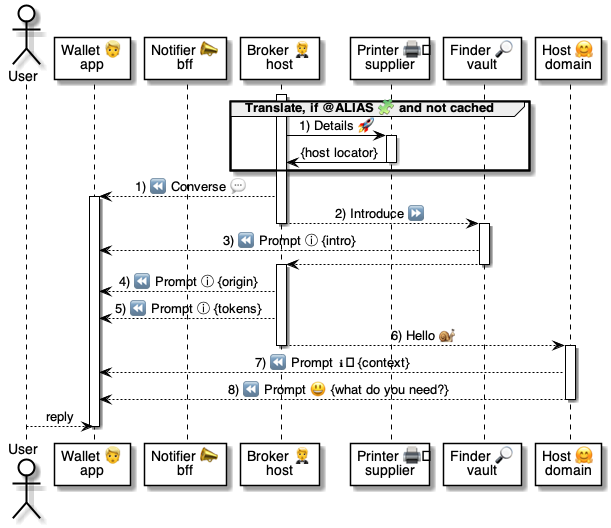
Earlier version of the PlantUML export 5 ⏩ Flows/10 🤵⏩ Brokers/.📎 Assets/⚙️🔆 Assess.png (pollyweb-org/pollyweb-docs). Its source is kept beside it as 5 ⏩ Flows/10 🤵⏩ Brokers/.📎 Assets/⚙️🔆 Assess.puml. Its diagram source:
```plantuml
@startuml Assess

actor User as user

  participant "Wallet 👱\napp" as wallet
  participant "Notifier 📣\nbff" as notifier
  participant "Broker 🤵\nhost" as broker

participant "Printer 🖨️\nsupplier" as printer
participant "Finder 🔎\nvault" as finder
participant "Host 🤗\ndomain" as host


activate broker

    group Translate, if @ALIAS 🧩 and not cached

        broker -> printer: 1) Details 🚀

        activate printer
            printer -> broker: {host locator}
        deactivate printer

    end group


        broker --> wallet: 1) ⏪ Converse 💬
        activate wallet


        broker --> finder: 2) Introduce ⏩
        deactivate broker
            activate finder
                finder --> wallet: 3) ⏪ Prompt ⓘ {intro}
                finder --> broker
            deactivate finder
        activate broker


    broker --> wallet: 4) ⏪ Prompt ⓘ {origin}
    broker --> wallet: 5) ⏪ Prompt ⓘ {tokens}
    broker --> host:  6) Hello 🐌
deactivate broker

activate host
    host --> wallet: 7) ⏪ Prompt ℹ️ {context}
    host --> wallet: 8) ⏪ Prompt 😃 {what do you need?}
deactivate host

    user --> wallet: reply
deactivate wallet


@enduml
```
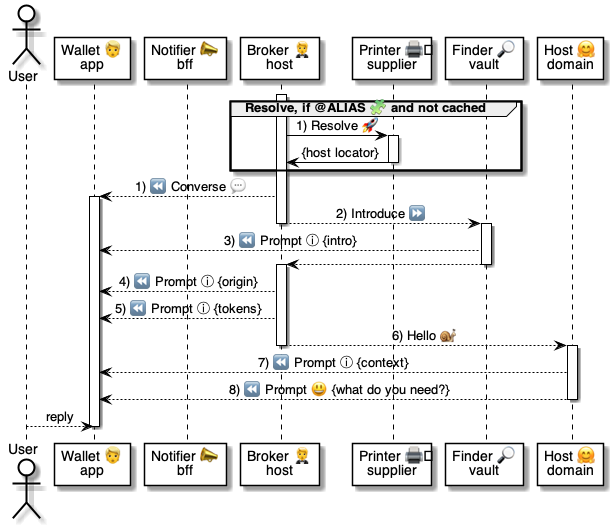
Above is the later version.

The edit, as a diff of the source:
```diff
@@ -13,9 +13,9 @@
 
 activate broker
 
-    group Translate, if @ALIAS 🧩 and not cached
+    group Resolve, if @ALIAS 🧩 and not cached
 
-        broker -> printer: 1) Details 🚀
+        broker -> printer: 1) Resolve 🚀
 
         activate printer
             printer -> broker: {host locator}
@@ -43,7 +43,7 @@
 deactivate broker
 
 activate host
-    host --> wallet: 7) ⏪ Prompt ℹ️ {context}
+    host --> wallet: 7) ⏪ Prompt ⓘ {context}
     host --> wallet: 8) ⏪ Prompt 😃 {what do you need?}
 deactivate host
 
```
